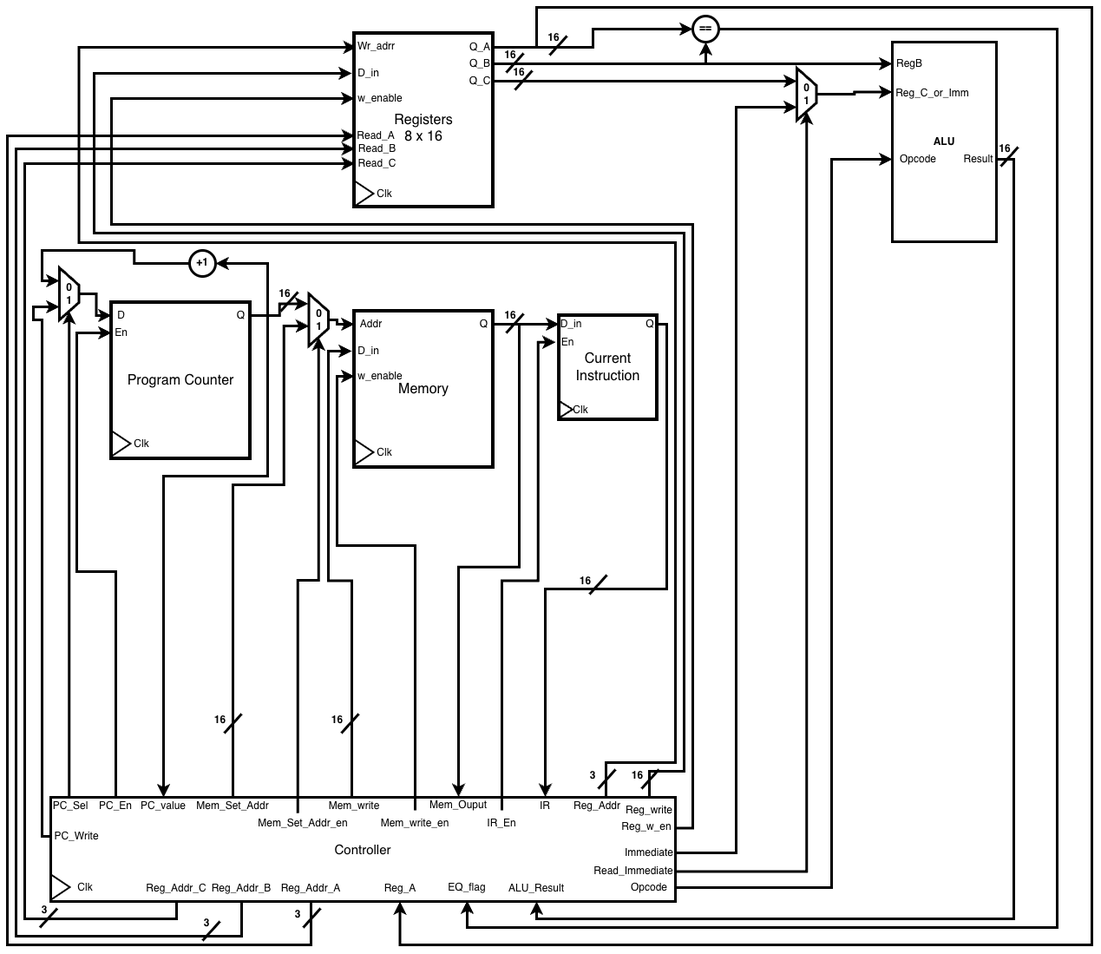
Earlier version of the draw.io export docs/diagrams/Main_RTL.png (adityab7106/RiSC-16). Source tidied: cells renumbered, new cells last; positions are measured from the earlier drawing's top-left corner, leaving out a move shared by most shapes.
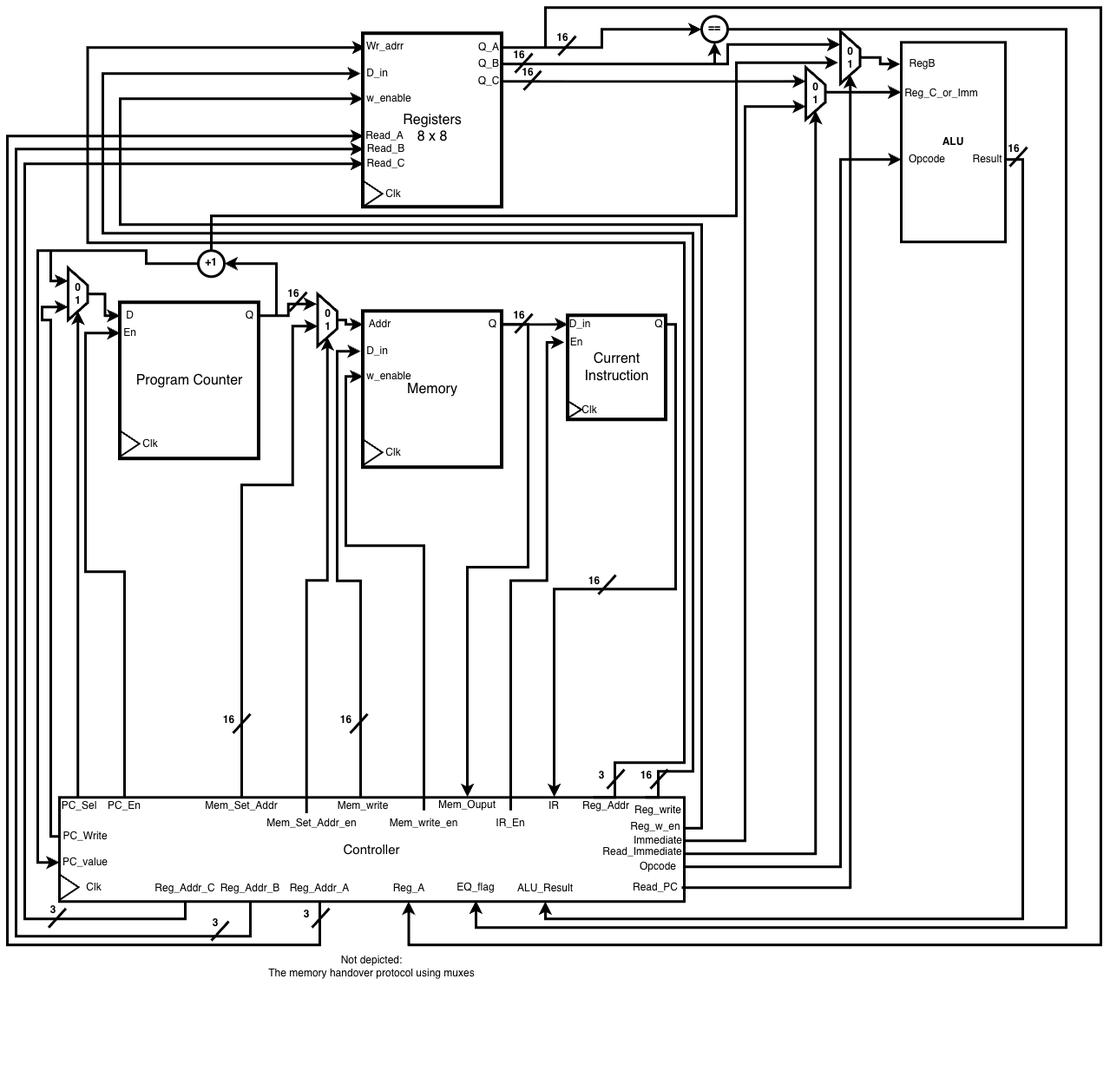
The same file after the commit.

The edit, as a diff of the source:
```diff
@@ -74,7 +74,7 @@
       <mxGeometry x="43" y="910" width="60" height="20" as="geometry" />
     </mxCell>
     <mxCell id="22" value="PC_value" style="text;html=1;whiteSpace=wrap;strokeColor=none;fillColor=none;align=center;verticalAlign=middle;rounded=0;" parent="1" vertex="1">
-      <mxGeometry x="150" y="910" width="60" height="20" as="geometry" />
+      <mxGeometry x="50" y="975" width="60" height="20" as="geometry" />
     </mxCell>
     <mxCell id="23" value="Mem_Set_Addr" style="text;html=1;whiteSpace=wrap;strokeColor=none;fillColor=none;align=center;verticalAlign=middle;rounded=0;" parent="1" vertex="1">
       <mxGeometry x="230" y="910" width="60" height="20" as="geometry" />
@@ -97,8 +97,35 @@
       <mxGeometry x="60" y="300" width="22.5" height="60" as="geometry" />
     </mxCell>
     <mxCell id="28" style="edgeStyle=orthogonalEdgeStyle;rounded=0;jettySize=auto;html=1;entryX=0.25;entryY=1;entryDx=0;entryDy=0;fontFamily=Helvetica;fontSize=12;fontColor=default;strokeWidth=3;" parent="1" edge="1" source="29" target="27">
-      <mxGeometry relative="1" as="geometry" />
+      <mxGeometry relative="1" as="geometry">
+        <Array as="points">
+          <mxPoint x="150" y="295" />
+          <mxPoint x="150" y="280" />
+          <mxPoint x="40" y="280" />
+          <mxPoint x="40" y="315" />
+        </Array>
+      </mxGeometry>
     </mxCell>
+    <mxCell id="148" style="edgeStyle=orthogonalEdgeStyle;rounded=0;jettySize=auto;html=1;exitX=0.5;exitY=0;exitDx=0;exitDy=0;fontFamily=Helvetica;fontSize=12;fontColor=default;entryX=0.599;entryY=1.114;entryDx=0;entryDy=0;entryPerimeter=0;strokeWidth=3;" parent="1" edge="1" source="29" target="153">
+      <mxGeometry relative="1" as="geometry">
+        <Array as="points">
+          <mxPoint x="225" y="240" />
+          <mxPoint x="830" y="240" />
+          <mxPoint x="830" y="63.4" />
+        </Array>
+      </mxGeometry>
+    </mxCell>
+    <mxCell id="149" style="edgeStyle=orthogonalEdgeStyle;rounded=0;jettySize=auto;html=1;entryX=0;entryY=0.5;entryDx=0;entryDy=0;fontFamily=Helvetica;fontSize=12;fontColor=default;strokeWidth=3;" parent="1" edge="1" target="22">
+      <mxGeometry relative="1" as="geometry">
+        <mxPoint x="205" y="295" as="sourcePoint" />
+        <Array as="points">
+          <mxPoint x="150" y="295" />
+          <mxPoint x="150" y="280.1" />
+          <mxPoint x="25" y="280.1" />
+          <mxPoint x="25" y="985" />
+        </Array>
+      </mxGeometry>
+    </mxCell>
     <mxCell id="29" value="+1" style="ellipse;whiteSpace=wrap;html=1;shapeInside=1;align=center;verticalAlign=top;fontFamily=Helvetica;fontSize=12;fontColor=default;fillColor=none;gradientColor=none;strokeWidth=3;fontStyle=1;" parent="1" vertex="1">
       <mxGeometry x="210" y="280" width="30" height="30" as="geometry" />
     </mxCell>
@@ -115,15 +142,6 @@
     <mxCell id="31" value="PC_Write" style="text;html=1;whiteSpace=wrap;strokeColor=none;fillColor=none;align=center;verticalAlign=middle;rounded=0;" parent="1" vertex="1">
       <mxGeometry x="50" y="940" width="60" height="30" as="geometry" />
     </mxCell>
-    <mxCell id="32" style="edgeStyle=orthogonalEdgeStyle;rounded=0;jettySize=auto;html=1;entryX=0.5;entryY=0;entryDx=0;entryDy=0;fontFamily=Helvetica;fontSize=12;fontColor=default;strokeWidth=3;" parent="1" edge="1" source="17" target="22">
-      <mxGeometry relative="1" as="geometry">
-        <Array as="points">
-          <mxPoint x="300" y="355.1" />
-          <mxPoint x="300" y="540" />
-          <mxPoint x="180" y="540" />
-        </Array>
-      </mxGeometry>
-    </mxCell>
     <mxCell id="33" style="edgeStyle=orthogonalEdgeStyle;rounded=0;jettySize=auto;html=1;exitX=0.5;exitY=0;exitDx=0;exitDy=0;fontFamily=Helvetica;fontSize=12;fontColor=default;entryX=0;entryY=0.5;entryDx=0;entryDy=0;strokeWidth=3;" parent="1" edge="1" source="34" target="5">
       <mxGeometry relative="1" as="geometry">
         <Array as="points">
@@ -235,9 +253,9 @@
     <mxCell id="51" style="edgeStyle=orthogonalEdgeStyle;rounded=0;jettySize=auto;html=1;entryX=0;entryY=0.5;entryDx=0;entryDy=0;fontFamily=Helvetica;fontSize=12;fontColor=default;strokeWidth=3;" parent="1" edge="1" source="52" target="67">
       <mxGeometry relative="1" as="geometry">
         <Array as="points">
-          <mxPoint x="270" y="1070" />
-          <mxPoint x="10" y="1070" />
-          <mxPoint x="10" y="163" />
+          <mxPoint x="270" y="1070.1" />
+          <mxPoint y="1070.1" />
+          <mxPoint y="163" />
         </Array>
       </mxGeometry>
     </mxCell>
@@ -248,8 +266,8 @@
       <mxGeometry relative="1" as="geometry">
         <Array as="points">
           <mxPoint x="350" y="1080" />
-          <mxPoint y="1080" />
-          <mxPoint y="148" />
+          <mxPoint x="-10" y="1080" />
+          <mxPoint x="-10" y="148" />
         </Array>
       </mxGeometry>
     </mxCell>
@@ -259,24 +277,24 @@
     <mxCell id="55" style="edgeStyle=orthogonalEdgeStyle;rounded=0;jettySize=auto;html=1;entryX=0;entryY=0.5;entryDx=0;entryDy=0;fontFamily=Helvetica;fontSize=12;fontColor=default;strokeWidth=3;" parent="1" edge="1" source="56" target="85">
       <mxGeometry relative="1" as="geometry">
         <Array as="points">
-          <mxPoint x="950.1" y="1014" />
-          <mxPoint x="950.1" y="175.1" />
+          <mxPoint x="950.1" y="990" />
+          <mxPoint x="950.1" y="175" />
         </Array>
       </mxGeometry>
     </mxCell>
     <mxCell id="56" value="Opcode" style="text;html=1;whiteSpace=wrap;strokeColor=none;fillColor=none;align=center;verticalAlign=middle;rounded=0;" parent="1" vertex="1">
-      <mxGeometry x="710" y="999" width="60" height="30" as="geometry" />
+      <mxGeometry x="710" y="975" width="60" height="30" as="geometry" />
     </mxCell>
     <mxCell id="57" value="&lt;b&gt;ALU&lt;/b&gt;" style="rounded=0;whiteSpace=wrap;html=1;strokeWidth=3;" parent="1" vertex="1">
       <mxGeometry x="1020" y="40" width="120" height="230" as="geometry" />
     </mxCell>
     <mxCell id="58" value="RegB" style="text;html=1;whiteSpace=wrap;strokeColor=none;fillColor=none;align=center;verticalAlign=middle;rounded=0;" parent="1" vertex="1">
-      <mxGeometry x="1010" y="50" width="60" height="30" as="geometry" />
+      <mxGeometry x="1019" y="50" width="51" height="30" as="geometry" />
     </mxCell>
     <mxCell id="59" value="Reg_C_or_Imm" style="text;html=1;whiteSpace=wrap;strokeColor=none;fillColor=none;align=center;verticalAlign=middle;rounded=0;" parent="1" vertex="1">
       <mxGeometry x="1047" y="84" width="39" height="30" as="geometry" />
     </mxCell>
-    <mxCell id="60" value="&lt;div&gt;&lt;font style=&quot;font-size: 16px;&quot;&gt;&lt;br&gt;&lt;/font&gt;&lt;/div&gt;&lt;font style=&quot;font-size: 16px;&quot;&gt;Registers&lt;/font&gt;&lt;div&gt;&lt;font style=&quot;font-size: 16px;&quot;&gt;8 x 16&lt;/font&gt;&lt;/div&gt;" style="rounded=0;whiteSpace=wrap;html=1;strokeWidth=4;" parent="1" vertex="1">
+    <mxCell id="60" value="&lt;div&gt;&lt;font style=&quot;font-size: 16px;&quot;&gt;&lt;br&gt;&lt;/font&gt;&lt;/div&gt;&lt;font style=&quot;font-size: 16px;&quot;&gt;Registers&lt;/font&gt;&lt;div&gt;&lt;font style=&quot;font-size: 16px;&quot;&gt;8 x 8&lt;/font&gt;&lt;/div&gt;" style="rounded=0;whiteSpace=wrap;html=1;strokeWidth=4;" parent="1" vertex="1">
       <mxGeometry x="400" y="30" width="160" height="200" as="geometry" />
     </mxCell>
     <mxCell id="61" value="Wr_adrr" style="text;html=1;whiteSpace=wrap;strokeColor=none;fillColor=none;align=center;verticalAlign=middle;rounded=0;" parent="1" vertex="1">
@@ -317,9 +335,12 @@
     <mxCell id="70" value="Q_A" style="text;html=1;whiteSpace=wrap;strokeColor=none;fillColor=none;align=center;verticalAlign=middle;rounded=0;" parent="1" vertex="1">
       <mxGeometry x="530" y="31" width="30" height="30" as="geometry" />
     </mxCell>
-    <mxCell id="71" style="edgeStyle=orthogonalEdgeStyle;rounded=0;jettySize=auto;html=1;fontFamily=Helvetica;fontSize=12;fontColor=default;strokeWidth=3;" parent="1" edge="1" source="73">
+    <mxCell id="71" style="edgeStyle=orthogonalEdgeStyle;rounded=0;jettySize=auto;html=1;fontFamily=Helvetica;fontSize=12;fontColor=default;strokeWidth=3;entryX=0.25;entryY=1;entryDx=0;entryDy=0;" parent="1" edge="1" source="73" target="153">
       <mxGeometry relative="1" as="geometry">
-        <mxPoint x="1020" y="65" as="targetPoint" />
+        <Array as="points">
+          <mxPoint x="820" y="65" />
+          <mxPoint x="820" y="42.5" />
+        </Array>
       </mxGeometry>
     </mxCell>
     <mxCell id="72" style="edgeStyle=orthogonalEdgeStyle;rounded=0;jettySize=auto;html=1;entryX=0.5;entryY=1;entryDx=0;entryDy=0;fontFamily=Helvetica;fontSize=12;fontColor=default;strokeWidth=3;" parent="1" edge="1" source="73" target="92">
@@ -332,8 +353,8 @@
       <mxGeometry relative="1" as="geometry">
         <Array as="points">
           <mxPoint x="195" y="1050" />
-          <mxPoint x="20" y="1050" />
-          <mxPoint x="20" y="180" />
+          <mxPoint x="10" y="1050" />
+          <mxPoint x="10" y="180" />
         </Array>
       </mxGeometry>
     </mxCell>
@@ -354,25 +375,29 @@
     <mxCell id="79" style="edgeStyle=orthogonalEdgeStyle;rounded=0;jettySize=auto;html=1;entryX=0;entryY=0.25;entryDx=0;entryDy=0;fontFamily=Helvetica;fontSize=12;fontColor=default;strokeWidth=3;" parent="1" edge="1" source="80" target="57">
       <mxGeometry relative="1" as="geometry">
         <Array as="points">
-          <mxPoint x="976.2" y="100" />
-          <mxPoint x="976.2" y="97.5" />
+          <mxPoint x="960" y="97.5" />
+          <mxPoint x="960" y="97.5" />
         </Array>
       </mxGeometry>
     </mxCell>
     <mxCell id="80" value="0&lt;div&gt;1&lt;/div&gt;" style="shape=trapezoid;perimeter=trapezoidPerimeter;whiteSpace=wrap;html=1;shapeInside=1;fixedSize=1;strokeWidth=3;direction=south;fontStyle=1;" parent="1" vertex="1">
-      <mxGeometry x="910" y="70" width="22.5" height="60" as="geometry" />
+      <mxGeometry x="910" y="69" width="22.5" height="60" as="geometry" />
     </mxCell>
     <mxCell id="81" style="edgeStyle=orthogonalEdgeStyle;rounded=0;jettySize=auto;html=1;entryX=0.75;entryY=1;entryDx=0;entryDy=0;fontFamily=Helvetica;fontSize=12;fontColor=default;strokeWidth=3;" parent="1" edge="1" source="82" target="80">
       <mxGeometry relative="1" as="geometry" />
     </mxCell>
     <mxCell id="82" value="Immediate" style="text;html=1;whiteSpace=wrap;strokeColor=none;fillColor=none;align=center;verticalAlign=middle;rounded=0;" parent="1" vertex="1">
-      <mxGeometry x="710" y="959" width="60" height="30" as="geometry" />
+      <mxGeometry x="710" y="945" width="60" height="30" as="geometry" />
     </mxCell>
-    <mxCell id="83" style="edgeStyle=orthogonalEdgeStyle;rounded=0;jettySize=auto;html=1;entryX=1;entryY=0.5;entryDx=0;entryDy=0;fontFamily=Helvetica;fontSize=12;fontColor=default;strokeWidth=3;exitX=1.002;exitY=0.712;exitDx=0;exitDy=0;exitPerimeter=0;" parent="1" edge="1" source="2" target="80">
-      <mxGeometry relative="1" as="geometry" />
+    <mxCell id="83" style="edgeStyle=orthogonalEdgeStyle;rounded=0;jettySize=auto;html=1;entryX=1;entryY=0.5;entryDx=0;entryDy=0;fontFamily=Helvetica;fontSize=12;fontColor=default;strokeWidth=3;exitX=1;exitY=1;exitDx=0;exitDy=0;" parent="1" edge="1" source="82" target="80">
+      <mxGeometry relative="1" as="geometry">
+        <Array as="points">
+          <mxPoint x="921.3" y="975" />
+        </Array>
+      </mxGeometry>
     </mxCell>
     <mxCell id="84" value="Read_Immediate" style="text;html=1;whiteSpace=wrap;strokeColor=none;fillColor=none;align=center;verticalAlign=middle;rounded=0;" parent="1" vertex="1">
-      <mxGeometry x="692" y="980" width="60" height="30" as="geometry" />
+      <mxGeometry x="692" y="958" width="60" height="30" as="geometry" />
     </mxCell>
     <mxCell id="85" value="Opcode" style="text;html=1;whiteSpace=wrap;strokeColor=none;fillColor=none;align=center;verticalAlign=middle;rounded=0;" parent="1" vertex="1">
       <mxGeometry x="1020" y="160" width="60" height="30" as="geometry" />
@@ -635,5 +660,24 @@
         </Array>
       </mxGeometry>
     </mxCell>
+    <mxCell id="150" style="edgeStyle=orthogonalEdgeStyle;rounded=0;jettySize=auto;html=1;entryX=1;entryY=0.5;entryDx=0;entryDy=0;fontFamily=Helvetica;fontSize=12;fontColor=default;strokeWidth=3;" parent="1" edge="1" source="151" target="153">
+      <mxGeometry relative="1" as="geometry">
+        <Array as="points">
+          <mxPoint x="961.2" y="1014" />
+        </Array>
+      </mxGeometry>
+    </mxCell>
+    <mxCell id="151" value="Read_PC" style="text;html=1;whiteSpace=wrap;strokeColor=none;fillColor=none;align=center;verticalAlign=middle;rounded=0;" parent="1" vertex="1">
+      <mxGeometry x="707" y="999" width="60" height="30" as="geometry" />
+    </mxCell>
+    <mxCell id="152" style="edgeStyle=orthogonalEdgeStyle;rounded=0;jettySize=auto;html=1;fontFamily=Helvetica;fontSize=12;fontColor=default;strokeWidth=3;" parent="1" edge="1" source="153" target="58">
+      <mxGeometry relative="1" as="geometry" />
+    </mxCell>
+    <mxCell id="153" value="0&lt;div&gt;1&lt;/div&gt;" style="shape=trapezoid;perimeter=trapezoidPerimeter;whiteSpace=wrap;html=1;shapeInside=1;fixedSize=1;strokeWidth=3;direction=south;fontStyle=1;" parent="1" vertex="1">
+      <mxGeometry x="950" y="27.5" width="22.5" height="60" as="geometry" />
+    </mxCell>
+    <mxCell id="154" value="Not depicted:&lt;br&gt;The memory handover protocol using muxes" style="text;html=1;whiteSpace=wrap;strokeColor=none;fillColor=none;align=center;verticalAlign=middle;rounded=0;" parent="1" vertex="1">
+      <mxGeometry x="225" y="970" width="370" height="270" as="geometry" />
+    </mxCell>
   </root>
 </mxGraphModel>
```
